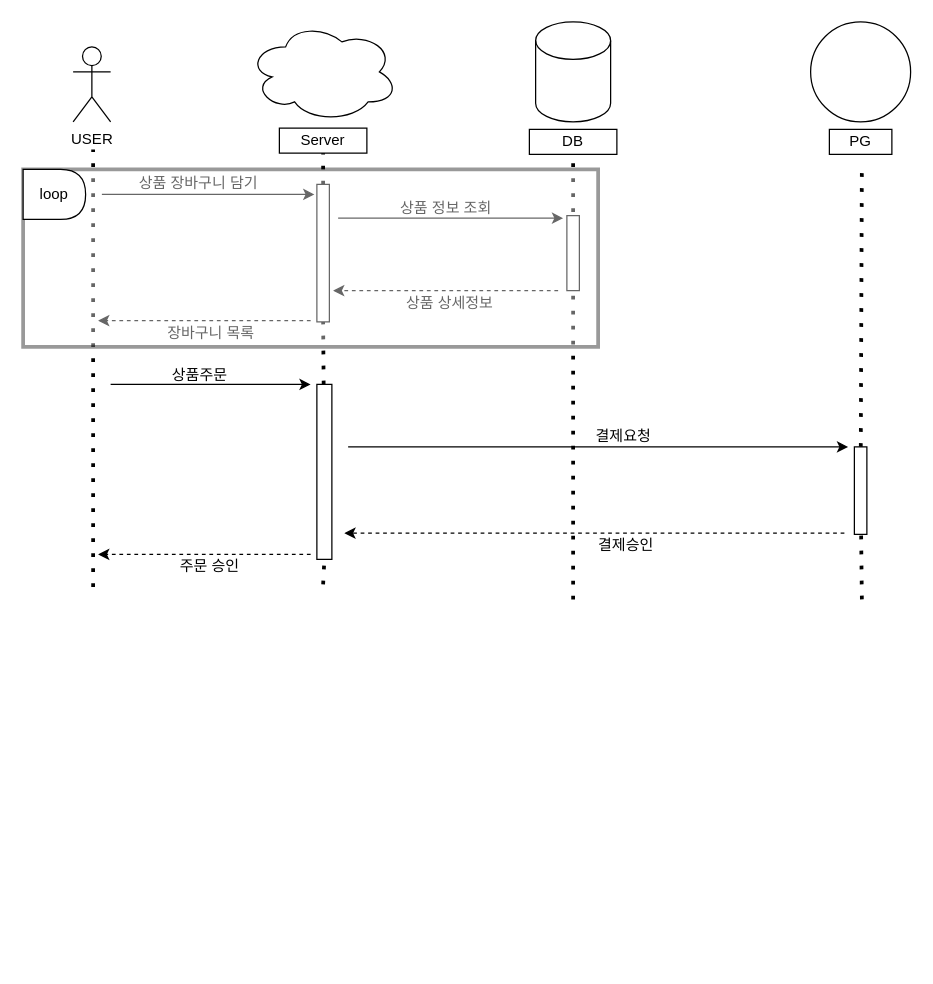
Before: 제목 없는 다이어그램.drawio in HOON0904/HOON0904, a draw.io diagram. Source tidied: cells renumbered, new cells numbered last; positions are measured from the earlier drawing's top-left corner, leaving out a move shared by most shapes. Both pictures are drawn from the tidied source at 125%, with x=0, y=0 at pixel (22, 21).
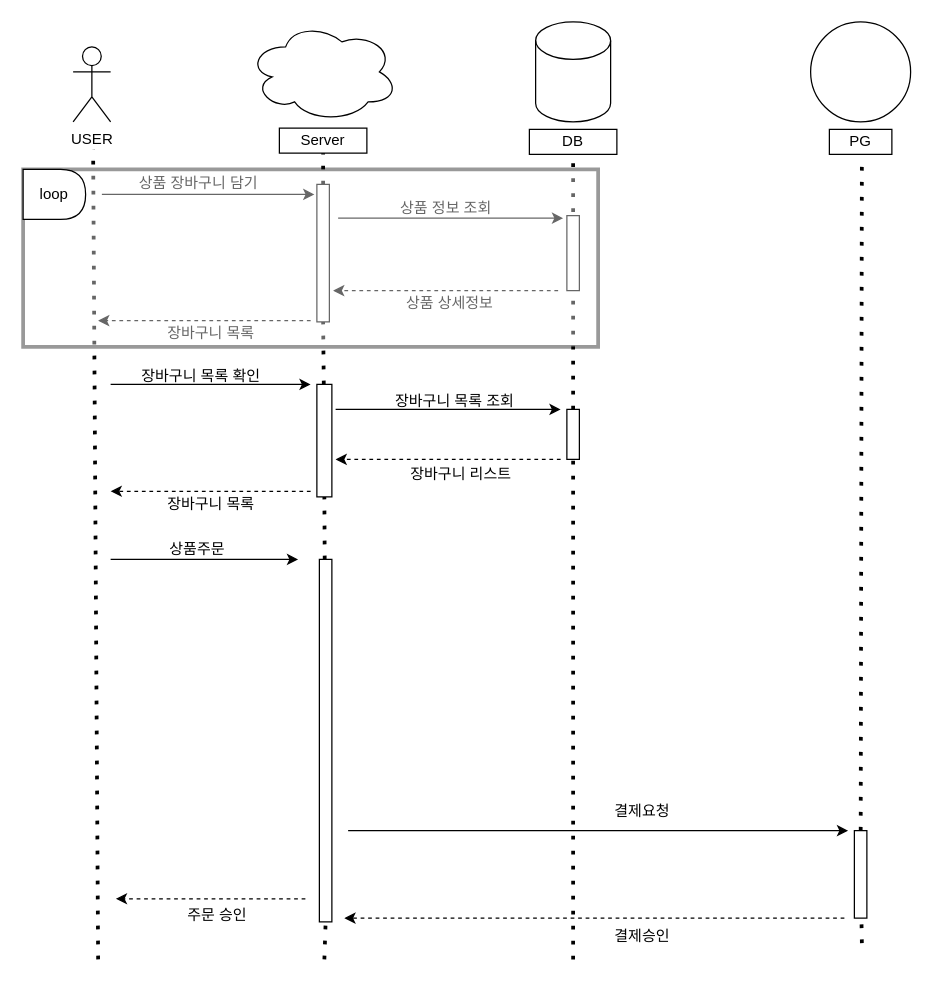
Above is the later version.

Commit message:
제목 없는 다이어그램.drawio 업데이트

The change refers to these unchanged cells:
```xml
<mxCell id="20" style="rounded=0;whiteSpace=wrap;html=1;" parent="1" vertex="1">
  <mxGeometry x="435" y="155" width="10" height="60" as="geometry" />
</mxCell>
```

Change to the diagram source:
```diff
@@
     <mxCell id="10" style="endArrow=none;dashed=1;html=1;dashPattern=1 3;strokeWidth=3;rounded=0;" parent="1" edge="1">
       <mxGeometry relative="1" as="geometry">
-        <mxPoint x="56" y="452" as="sourcePoint" />
+        <mxPoint x="60" y="750" as="sourcePoint" />
         <mxPoint x="56" y="102" as="targetPoint" />
       </mxGeometry>
     </mxCell>
@@
-    <mxCell id="19" style="endArrow=none;dashed=1;html=1;dashPattern=1 3;strokeWidth=3;rounded=0;" parent="1" edge="1" target="20">
-      <mxGeometry relative="1" as="geometry">
-        <mxPoint x="440" y="462" as="sourcePoint" />
-      </mxGeometry>
+    <mxCell id="19" style="endArrow=none;dashed=1;html=1;dashPattern=1 3;strokeWidth=3;rounded=0;" parent="1" edge="1" source="42" target="20">
+      <mxGeometry relative="1" as="geometry" />
     </mxCell>
@@
     <mxCell id="28" value="상품주문" style="text;html=1;align=center;verticalAlign=middle;strokeColor=none;fillColor=none;" parent="1" vertex="1">
-      <mxGeometry x="106" y="268" width="70" height="30" as="geometry" />
+      <mxGeometry x="104" y="407" width="70" height="30" as="geometry" />
     </mxCell>
-    <mxCell id="29" style="endArrow=none;dashed=1;html=1;dashPattern=1 3;strokeWidth=3;rounded=0;entryX=0.5;entryY=1;entryDx=0;entryDy=0;" parent="1" edge="1" target="30">
-      <mxGeometry relative="1" as="geometry">
-        <mxPoint x="240" y="450" as="sourcePoint" />
-      </mxGeometry>
+    <mxCell id="29" style="endArrow=none;dashed=1;html=1;dashPattern=1 3;strokeWidth=3;rounded=0;entryX=0.5;entryY=1;entryDx=0;entryDy=0;" parent="1" edge="1" source="50" target="30">
+      <mxGeometry relative="1" as="geometry" />
     </mxCell>
     <mxCell id="30" style="rounded=0;whiteSpace=wrap;html=1;" parent="1" vertex="1">
-      <mxGeometry x="235" y="290" width="12" height="140" as="geometry" />
+      <mxGeometry x="235" y="290" width="12" height="90" as="geometry" />
     </mxCell>
     <mxCell id="31" style="endArrow=classic;html=1;rounded=0;dashed=1;" parent="1" edge="1">
       <mxGeometry relative="1" as="geometry">
-        <mxPoint x="230" y="426" as="sourcePoint" />
-        <mxPoint x="60" y="426" as="targetPoint" />
+        <mxPoint x="230" y="375.5" as="sourcePoint" />
+        <mxPoint x="70" y="375.5" as="targetPoint" />
+        <Array as="points">
+          <mxPoint x="150" y="375.5" />
+        </Array>
       </mxGeometry>
     </mxCell>
     <mxCell id="32" value="주문 승인" style="text;html=1;align=center;verticalAlign=middle;strokeColor=none;fillColor=none;" parent="1" vertex="1">
-      <mxGeometry x="114" y="421" width="70" height="30" as="geometry" />
+      <mxGeometry x="120" y="700" width="70" height="30" as="geometry" />
     </mxCell>
     <mxCell id="33" style="endArrow=classic;html=1;rounded=0;" parent="1" edge="1">
       <mxGeometry relative="1" as="geometry">
-        <mxPoint x="260" y="340" as="sourcePoint" />
-        <mxPoint x="660" y="340" as="targetPoint" />
+        <mxPoint x="260" y="647" as="sourcePoint" />
+        <mxPoint x="660" y="647" as="targetPoint" />
       </mxGeometry>
     </mxCell>
     <mxCell id="34" style="endArrow=none;dashed=1;html=1;dashPattern=1 3;strokeWidth=3;rounded=0;" parent="1" edge="1" target="35">
       <mxGeometry relative="1" as="geometry">
-        <mxPoint x="671" y="462" as="sourcePoint" />
+        <mxPoint x="671" y="737" as="sourcePoint" />
       </mxGeometry>
     </mxCell>
     <mxCell id="35" style="rounded=0;whiteSpace=wrap;html=1;" parent="1" vertex="1">
-      <mxGeometry x="665" y="340" width="10" height="70" as="geometry" />
+      <mxGeometry x="665" y="647" width="10" height="70" as="geometry" />
     </mxCell>
     <mxCell id="36" style="endArrow=classic;html=1;rounded=0;dashed=1;" parent="1" edge="1">
       <mxGeometry relative="1" as="geometry">
-        <mxPoint x="657" y="409" as="sourcePoint" />
-        <mxPoint x="257" y="409" as="targetPoint" />
+        <mxPoint x="657" y="717" as="sourcePoint" />
+        <mxPoint x="257" y="717" as="targetPoint" />
       </mxGeometry>
     </mxCell>
     <mxCell id="37" value="결제요청" style="text;html=1;align=center;verticalAlign=middle;strokeColor=none;fillColor=none;" parent="1" vertex="1">
-      <mxGeometry x="445" y="317" width="70" height="30" as="geometry" />
+      <mxGeometry x="460" y="617" width="70" height="30" as="geometry" />
     </mxCell>
     <mxCell id="38" value="결제승인" style="text;html=1;align=center;verticalAlign=middle;strokeColor=none;fillColor=none;" parent="1" vertex="1">
-      <mxGeometry x="447" y="404" width="70" height="30" as="geometry" />
+      <mxGeometry x="460" y="717" width="70" height="30" as="geometry" />
     </mxCell>
+    <mxCell id="39" value="장바구니 목록 확인" style="text;html=1;align=center;verticalAlign=middle;strokeColor=none;fillColor=none;" parent="1" vertex="1">
+      <mxGeometry x="77" y="269" width="130" height="30" as="geometry" />
+    </mxCell>
+    <mxCell id="40" value="장바구니 목록" style="text;html=1;align=center;verticalAlign=middle;strokeColor=none;fillColor=none;" parent="1" vertex="1">
+      <mxGeometry x="100" y="371" width="100" height="30" as="geometry" />
+    </mxCell>
+    <mxCell id="41" style="endArrow=none;dashed=1;html=1;dashPattern=1 3;strokeWidth=3;rounded=0;" parent="1" edge="1" target="42">
+      <mxGeometry relative="1" as="geometry">
+        <mxPoint x="440" y="750" as="sourcePoint" />
+      </mxGeometry>
+    </mxCell>
+    <mxCell id="42" style="rounded=0;whiteSpace=wrap;html=1;" parent="1" vertex="1">
+      <mxGeometry x="435" y="310" width="10" height="40" as="geometry" />
+    </mxCell>
+    <mxCell id="43" style="endArrow=classic;html=1;rounded=0;" parent="1" edge="1">
+      <mxGeometry relative="1" as="geometry">
+        <mxPoint x="250" y="310" as="sourcePoint" />
+        <mxPoint x="430" y="310" as="targetPoint" />
+      </mxGeometry>
+    </mxCell>
+    <mxCell id="44" style="endArrow=classic;html=1;rounded=0;dashed=1;" parent="1" edge="1">
+      <mxGeometry relative="1" as="geometry">
+        <mxPoint x="430" y="350" as="sourcePoint" />
+        <mxPoint x="250" y="350" as="targetPoint" />
+      </mxGeometry>
+    </mxCell>
+    <mxCell id="45" value="장바구니 목록 조회" style="text;html=1;align=center;verticalAlign=middle;strokeColor=none;fillColor=none;" parent="1" vertex="1">
+      <mxGeometry x="280" y="289" width="130" height="30" as="geometry" />
+    </mxCell>
+    <mxCell id="46" value="장바구니 리스트" style="text;html=1;align=center;verticalAlign=middle;strokeColor=none;fillColor=none;" parent="1" vertex="1">
+      <mxGeometry x="295" y="347" width="110" height="30" as="geometry" />
+    </mxCell>
+    <mxCell id="47" style="endArrow=classic;html=1;rounded=0;" parent="1" edge="1">
+      <mxGeometry relative="1" as="geometry">
+        <mxPoint x="70" y="430" as="sourcePoint" />
+        <mxPoint x="220" y="430" as="targetPoint" />
+      </mxGeometry>
+    </mxCell>
+    <mxCell id="48" style="endArrow=classic;html=1;rounded=0;dashed=1;" parent="1" edge="1">
+      <mxGeometry relative="1" as="geometry">
+        <mxPoint x="225.8" y="701.5" as="sourcePoint" />
+        <mxPoint x="74.2" y="701.5" as="targetPoint" />
+        <Array as="points">
+          <mxPoint x="145.8" y="701.5" />
+        </Array>
+      </mxGeometry>
+    </mxCell>
+    <mxCell id="49" style="endArrow=none;dashed=1;html=1;dashPattern=1 3;strokeWidth=3;rounded=0;entryX=0.5;entryY=1;entryDx=0;entryDy=0;" parent="1" edge="1" target="50">
+      <mxGeometry relative="1" as="geometry">
+        <mxPoint x="241" y="750" as="sourcePoint" />
+      </mxGeometry>
+    </mxCell>
+    <mxCell id="50" style="rounded=0;whiteSpace=wrap;html=1;" parent="1" vertex="1">
+      <mxGeometry x="237" y="430" width="10" height="290" as="geometry" />
+    </mxCell>
```
